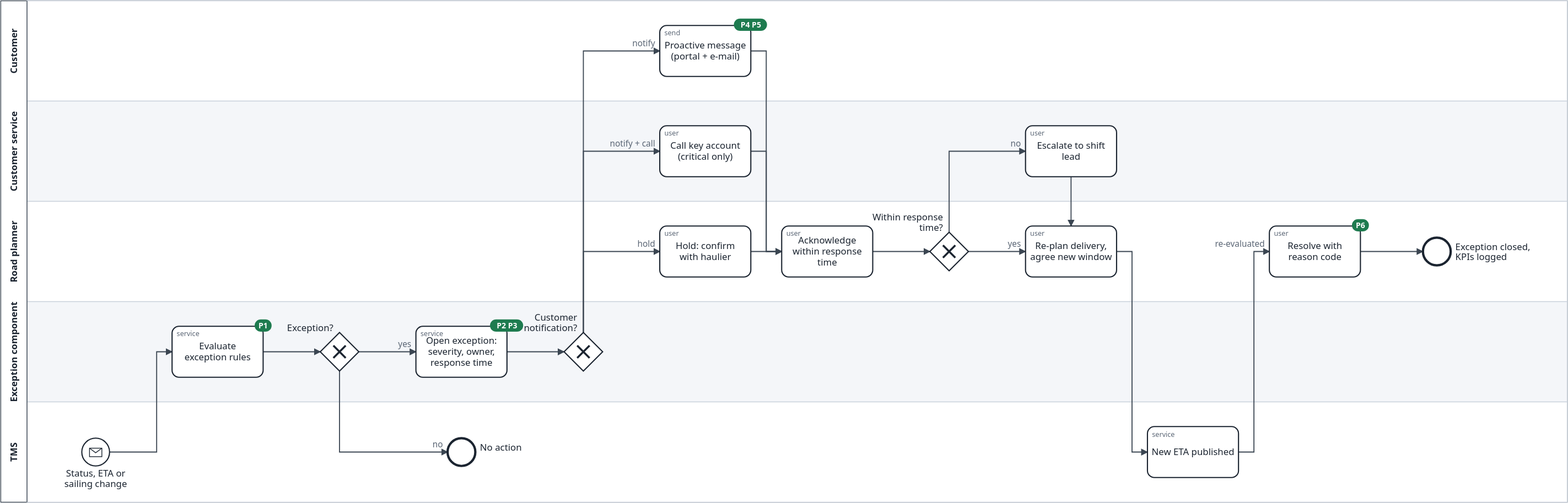
phlppgdfry/shipment-exception-management-business-analysis keeps this BPMN diagram as site/assets/bpmn/to-be.svg. Above is the earlier version. Its source is kept beside it as docs/04-process/bpmn/to-be.bpmn. Ids are renumbered.
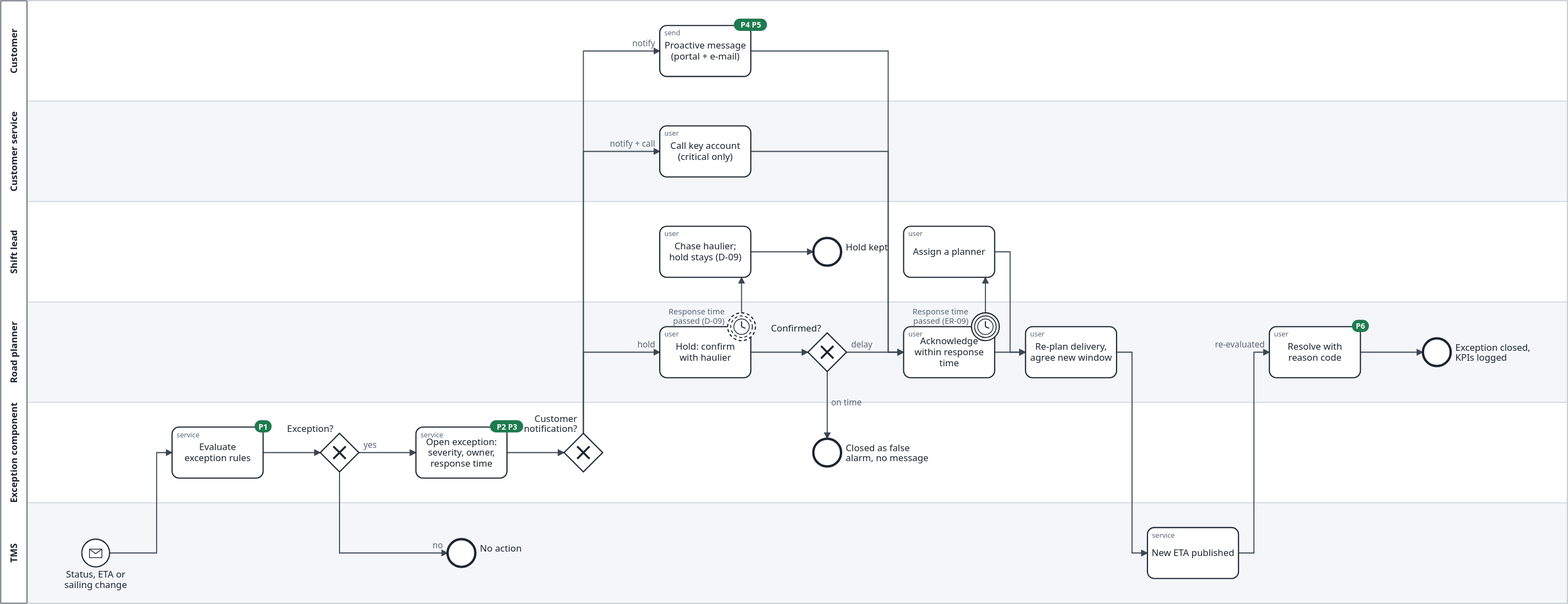
The same diagram one commit later.

The edit, as a diff of the source:
```diff
@@ -1,4 +1,4 @@
-<bpmn:definitions xmlns:bpmn="http://www.omg.org/spec/BPMN/20100524/MODEL" xmlns:bpmndi="http://www.omg.org/spec/BPMN/20100524/DI" xmlns:dc="http://www.omg.org/spec/DD/20100524/DC" xmlns:di="http://www.omg.org/spec/DD/20100524/DI" id="Defs_to_be" targetNamespace="https://github.com/phlppgdfry/shipment-exception-management-business-analysis" exporter="build_bpmn.py" exporterVersion="1">
+<bpmn:definitions xmlns:bpmn="http://www.omg.org/spec/BPMN/20100524/MODEL" xmlns:bpmndi="http://www.omg.org/spec/BPMN/20100524/DI" xmlns:dc="http://www.omg.org/spec/DD/20100524/DC" xmlns:di="http://www.omg.org/spec/DD/20100524/DI" xmlns:xsi="http://www.w3.org/2001/XMLSchema-instance" id="Defs_to_be" targetNamespace="https://github.com/phlppgdfry/shipment-exception-management-business-analysis" exporter="build_bpmn.py" exporterVersion="1">
   <bpmn:collaboration id="Collab_to_be">
     <bpmn:participant id="Pool_to_be" name="TO-BE: exception management (release 1)" processRef="Process_to_be" />
   </bpmn:collaboration>
@@ -9,21 +9,28 @@
       </bpmn:lane>
       <bpmn:lane id="Lane_cs" name="Customer service">
         <bpmn:flowNodeRef>t_calltask</bpmn:flowNodeRef>
+      </bpmn:lane>
+      <bpmn:lane id="Lane_lead" name="Shift lead">
+        <bpmn:flowNodeRef>t_chase</bpmn:flowNodeRef>
+        <bpmn:flowNodeRef>end_chase</bpmn:flowNodeRef>
         <bpmn:flowNodeRef>t_esc</bpmn:flowNodeRef>
       </bpmn:lane>
       <bpmn:lane id="Lane_planner" name="Road planner">
         <bpmn:flowNodeRef>t_confirm</bpmn:flowNodeRef>
+        <bpmn:flowNodeRef>g_conf</bpmn:flowNodeRef>
         <bpmn:flowNodeRef>t_ack</bpmn:flowNodeRef>
-        <bpmn:flowNodeRef>g_sla</bpmn:flowNodeRef>
         <bpmn:flowNodeRef>t_replan</bpmn:flowNodeRef>
         <bpmn:flowNodeRef>t_resolve</bpmn:flowNodeRef>
         <bpmn:flowNodeRef>end</bpmn:flowNodeRef>
+        <bpmn:flowNodeRef>b_sla</bpmn:flowNodeRef>
+        <bpmn:flowNodeRef>b_hold</bpmn:flowNodeRef>
       </bpmn:lane>
       <bpmn:lane id="Lane_rules" name="Exception component">
         <bpmn:flowNodeRef>t_eval</bpmn:flowNodeRef>
         <bpmn:flowNodeRef>g_exc</bpmn:flowNodeRef>
         <bpmn:flowNodeRef>t_open</bpmn:flowNodeRef>
         <bpmn:flowNodeRef>g_notify</bpmn:flowNodeRef>
+        <bpmn:flowNodeRef>end_fa</bpmn:flowNodeRef>
       </bpmn:lane>
       <bpmn:lane id="Lane_tms" name="TMS">
         <bpmn:flowNodeRef>start</bpmn:flowNodeRef>
@@ -69,37 +76,59 @@
       <bpmn:incoming>Flow_7</bpmn:incoming>
       <bpmn:outgoing>Flow_10</bpmn:outgoing>
     </bpmn:userTask>
+    <bpmn:exclusiveGateway id="g_conf" name="Confirmed?">
+      <bpmn:incoming>Flow_10</bpmn:incoming>
+      <bpmn:outgoing>Flow_11</bpmn:outgoing>
+      <bpmn:outgoing>Flow_12</bpmn:outgoing>
+    </bpmn:exclusiveGateway>
+    <bpmn:endEvent id="end_fa" name="Closed as false alarm, no message">
+      <bpmn:incoming>Flow_12</bpmn:incoming>
+    </bpmn:endEvent>
+    <bpmn:userTask id="t_chase" name="Chase haulier; hold stays (D-09)">
+      <bpmn:incoming>Flow_13</bpmn:incoming>
+      <bpmn:outgoing>Flow_14</bpmn:outgoing>
+    </bpmn:userTask>
+    <bpmn:endEvent id="end_chase" name="Hold kept">
+      <bpmn:incoming>Flow_14</bpmn:incoming>
+    </bpmn:endEvent>
     <bpmn:userTask id="t_ack" name="Acknowledge within response time">
       <bpmn:incoming>Flow_8</bpmn:incoming>
       <bpmn:incoming>Flow_9</bpmn:incoming>
-      <bpmn:incoming>Flow_10</bpmn:incoming>
-      <bpmn:outgoing>Flow_11</bpmn:outgoing>
-    </bpmn:userTask>
-    <bpmn:exclusiveGateway id="g_sla" name="Within response time?">
       <bpmn:incoming>Flow_11</bpmn:incoming>
-      <bpmn:outgoing>Flow_12</bpmn:outgoing>
-      <bpmn:outgoing>Flow_13</bpmn:outgoing>
-    </bpmn:exclusiveGateway>
-    <bpmn:userTask id="t_esc" name="Escalate to shift lead">
-      <bpmn:incoming>Flow_13</bpmn:incoming>
-      <bpmn:outgoing>Flow_14</bpmn:outgoing>
-    </bpmn:userTask>
-    <bpmn:userTask id="t_replan" name="Re-plan delivery, agree new window">
-      <bpmn:incoming>Flow_12</bpmn:incoming>
-      <bpmn:incoming>Flow_14</bpmn:incoming>
       <bpmn:outgoing>Flow_15</bpmn:outgoing>
     </bpmn:userTask>
-    <bpmn:serviceTask id="t_update" name="New ETA published">
-      <bpmn:incoming>Flow_15</bpmn:incoming>
-      <bpmn:outgoing>Flow_16</bpmn:outgoing>
-    </bpmn:serviceTask>
-    <bpmn:userTask id="t_resolve" name="Resolve with reason code">
+    <bpmn:userTask id="t_esc" name="Assign a planner">
       <bpmn:incoming>Flow_16</bpmn:incoming>
       <bpmn:outgoing>Flow_17</bpmn:outgoing>
     </bpmn:userTask>
+    <bpmn:userTask id="t_replan" name="Re-plan delivery, agree new window">
+      <bpmn:incoming>Flow_15</bpmn:incoming>
+      <bpmn:incoming>Flow_17</bpmn:incoming>
+      <bpmn:outgoing>Flow_18</bpmn:outgoing>
+    </bpmn:userTask>
+    <bpmn:serviceTask id="t_update" name="New ETA published">
+      <bpmn:incoming>Flow_18</bpmn:incoming>
+      <bpmn:outgoing>Flow_19</bpmn:outgoing>
+    </bpmn:serviceTask>
+    <bpmn:userTask id="t_resolve" name="Resolve with reason code">
+      <bpmn:incoming>Flow_19</bpmn:incoming>
+      <bpmn:outgoing>Flow_20</bpmn:outgoing>
+    </bpmn:userTask>
     <bpmn:endEvent id="end" name="Exception closed, KPIs logged">
-      <bpmn:incoming>Flow_17</bpmn:incoming>
+      <bpmn:incoming>Flow_20</bpmn:incoming>
     </bpmn:endEvent>
+    <bpmn:boundaryEvent id="b_sla" name="Response time passed (ER-09)" attachedToRef="t_ack" cancelActivity="true">
+      <bpmn:outgoing>Flow_16</bpmn:outgoing>
+      <bpmn:timerEventDefinition id="Timer_b_sla">
+        <bpmn:timeDuration xsi:type="bpmn:tFormalExpression">=responseTime</bpmn:timeDuration>
+      </bpmn:timerEventDefinition>
+    </bpmn:boundaryEvent>
+    <bpmn:boundaryEvent id="b_hold" name="Response time passed (D-09)" attachedToRef="t_confirm" cancelActivity="false">
+      <bpmn:outgoing>Flow_13</bpmn:outgoing>
+      <bpmn:timerEventDefinition id="Timer_b_hold">
+        <bpmn:timeDuration xsi:type="bpmn:tFormalExpression">=responseTime</bpmn:timeDuration>
+      </bpmn:timerEventDefinition>
+    </bpmn:boundaryEvent>
     <bpmn:sequenceFlow id="Flow_0" sourceRef="start" targetRef="t_eval" />
     <bpmn:sequenceFlow id="Flow_1" sourceRef="t_eval" targetRef="g_exc" />
     <bpmn:sequenceFlow id="Flow_2" name="no" sourceRef="g_exc" targetRef="end_none" />
@@ -110,19 +139,22 @@
     <bpmn:sequenceFlow id="Flow_7" name="hold" sourceRef="g_notify" targetRef="t_confirm" />
     <bpmn:sequenceFlow id="Flow_8" sourceRef="t_send" targetRef="t_ack" />
     <bpmn:sequenceFlow id="Flow_9" sourceRef="t_calltask" targetRef="t_ack" />
-    <bpmn:sequenceFlow id="Flow_10" sourceRef="t_confirm" targetRef="t_ack" />
-    <bpmn:sequenceFlow id="Flow_11" sourceRef="t_ack" targetRef="g_sla" />
-    <bpmn:sequenceFlow id="Flow_12" name="yes" sourceRef="g_sla" targetRef="t_replan" />
-    <bpmn:sequenceFlow id="Flow_13" name="no" sourceRef="g_sla" targetRef="t_esc" />
-    <bpmn:sequenceFlow id="Flow_14" sourceRef="t_esc" targetRef="t_replan" />
-    <bpmn:sequenceFlow id="Flow_15" sourceRef="t_replan" targetRef="t_update" />
-    <bpmn:sequenceFlow id="Flow_16" name="re-evaluated" sourceRef="t_update" targetRef="t_resolve" />
-    <bpmn:sequenceFlow id="Flow_17" sourceRef="t_resolve" targetRef="end" />
+    <bpmn:sequenceFlow id="Flow_10" sourceRef="t_confirm" targetRef="g_conf" />
+    <bpmn:sequenceFlow id="Flow_11" name="delay" sourceRef="g_conf" targetRef="t_ack" />
+    <bpmn:sequenceFlow id="Flow_12" name="on time" sourceRef="g_conf" targetRef="end_fa" />
+    <bpmn:sequenceFlow id="Flow_13" sourceRef="b_hold" targetRef="t_chase" />
+    <bpmn:sequenceFlow id="Flow_14" sourceRef="t_chase" targetRef="end_chase" />
+    <bpmn:sequenceFlow id="Flow_15" sourceRef="t_ack" targetRef="t_replan" />
+    <bpmn:sequenceFlow id="Flow_16" sourceRef="b_sla" targetRef="t_esc" />
+    <bpmn:sequenceFlow id="Flow_17" sourceRef="t_esc" targetRef="t_replan" />
+    <bpmn:sequenceFlow id="Flow_18" sourceRef="t_replan" targetRef="t_update" />
+    <bpmn:sequenceFlow id="Flow_19" name="re-evaluated" sourceRef="t_update" targetRef="t_resolve" />
+    <bpmn:sequenceFlow id="Flow_20" sourceRef="t_resolve" targetRef="end" />
   </bpmn:process>
   <bpmndi:BPMNDiagram id="Diagram_to_be">
     <bpmndi:BPMNPlane id="Plane_to_be" bpmnElement="Collab_to_be">
       <bpmndi:BPMNShape id="Pool_to_be_di" bpmnElement="Pool_to_be" isHorizontal="true">
-        <dc:Bounds x="0" y="0" width="1990" height="650" />
+        <dc:Bounds x="0" y="0" width="1990" height="780" />
       </bpmndi:BPMNShape>
       <bpmndi:BPMNShape id="Lane_customer_di" bpmnElement="Lane_customer" isHorizontal="true">
         <dc:Bounds x="34" y="0" width="1956" height="130" />
@@ -130,32 +162,35 @@
       <bpmndi:BPMNShape id="Lane_cs_di" bpmnElement="Lane_cs" isHorizontal="true">
         <dc:Bounds x="34" y="130" width="1956" height="130" />
       </bpmndi:BPMNShape>
-      <bpmndi:BPMNShape id="Lane_planner_di" bpmnElement="Lane_planner" isHorizontal="true">
+      <bpmndi:BPMNShape id="Lane_lead_di" bpmnElement="Lane_lead" isHorizontal="true">
         <dc:Bounds x="34" y="260" width="1956" height="130" />
       </bpmndi:BPMNShape>
-      <bpmndi:BPMNShape id="Lane_rules_di" bpmnElement="Lane_rules" isHorizontal="true">
+      <bpmndi:BPMNShape id="Lane_planner_di" bpmnElement="Lane_planner" isHorizontal="true">
         <dc:Bounds x="34" y="390" width="1956" height="130" />
       </bpmndi:BPMNShape>
-      <bpmndi:BPMNShape id="Lane_tms_di" bpmnElement="Lane_tms" isHorizontal="true">
+      <bpmndi:BPMNShape id="Lane_rules_di" bpmnElement="Lane_rules" isHorizontal="true">
         <dc:Bounds x="34" y="520" width="1956" height="130" />
       </bpmndi:BPMNShape>
+      <bpmndi:BPMNShape id="Lane_tms_di" bpmnElement="Lane_tms" isHorizontal="true">
+        <dc:Bounds x="34" y="650" width="1956" height="130" />
+      </bpmndi:BPMNShape>
       <bpmndi:BPMNShape id="start_di" bpmnElement="start">
-        <dc:Bounds x="105" y="567" width="36" height="36" />
+        <dc:Bounds x="105" y="697" width="36" height="36" />
       </bpmndi:BPMNShape>
       <bpmndi:BPMNShape id="t_eval_di" bpmnElement="t_eval">
-        <dc:Bounds x="222" y="422" width="118" height="66" />
+        <dc:Bounds x="222" y="552" width="118" height="66" />
       </bpmndi:BPMNShape>
       <bpmndi:BPMNShape id="g_exc_di" bpmnElement="g_exc" isMarkerVisible="true">
-        <dc:Bounds x="414" y="430" width="50" height="50" />
+        <dc:Bounds x="414" y="560" width="50" height="50" />
       </bpmndi:BPMNShape>
       <bpmndi:BPMNShape id="end_none_di" bpmnElement="end_none">
-        <dc:Bounds x="579" y="567" width="36" height="36" />
+        <dc:Bounds x="579" y="697" width="36" height="36" />
       </bpmndi:BPMNShape>
       <bpmndi:BPMNShape id="t_open_di" bpmnElement="t_open">
-        <dc:Bounds x="538" y="422" width="118" height="66" />
+        <dc:Bounds x="538" y="552" width="118" height="66" />
       </bpmndi:BPMNShape>
       <bpmndi:BPMNShape id="g_notify_di" bpmnElement="g_notify" isMarkerVisible="true">
-        <dc:Bounds x="730" y="430" width="50" height="50" />
+        <dc:Bounds x="730" y="560" width="50" height="50" />
       </bpmndi:BPMNShape>
       <bpmndi:BPMNShape id="t_send_di" bpmnElement="t_send">
         <dc:Bounds x="854" y="32" width="118" height="66" />
@@ -164,115 +199,143 @@
         <dc:Bounds x="854" y="162" width="118" height="66" />
       </bpmndi:BPMNShape>
       <bpmndi:BPMNShape id="t_confirm_di" bpmnElement="t_confirm">
+        <dc:Bounds x="854" y="422" width="118" height="66" />
+      </bpmndi:BPMNShape>
+      <bpmndi:BPMNShape id="g_conf_di" bpmnElement="g_conf" isMarkerVisible="true">
+        <dc:Bounds x="1046" y="430" width="50" height="50" />
+      </bpmndi:BPMNShape>
+      <bpmndi:BPMNShape id="end_fa_di" bpmnElement="end_fa">
+        <dc:Bounds x="1053" y="567" width="36" height="36" />
+      </bpmndi:BPMNShape>
+      <bpmndi:BPMNShape id="t_chase_di" bpmnElement="t_chase">
         <dc:Bounds x="854" y="292" width="118" height="66" />
       </bpmndi:BPMNShape>
+      <bpmndi:BPMNShape id="end_chase_di" bpmnElement="end_chase">
+        <dc:Bounds x="1053" y="307" width="36" height="36" />
+      </bpmndi:BPMNShape>
       <bpmndi:BPMNShape id="t_ack_di" bpmnElement="t_ack">
-        <dc:Bounds x="1012" y="292" width="118" height="66" />
-      </bpmndi:BPMNShape>
-      <bpmndi:BPMNShape id="g_sla_di" bpmnElement="g_sla" isMarkerVisible="true">
-        <dc:Bounds x="1204" y="300" width="50" height="50" />
+        <dc:Bounds x="1170" y="422" width="118" height="66" />
       </bpmndi:BPMNShape>
       <bpmndi:BPMNShape id="t_esc_di" bpmnElement="t_esc">
-        <dc:Bounds x="1328" y="162" width="118" height="66" />
+        <dc:Bounds x="1170" y="292" width="118" height="66" />
       </bpmndi:BPMNShape>
       <bpmndi:BPMNShape id="t_replan_di" bpmnElement="t_replan">
-        <dc:Bounds x="1328" y="292" width="118" height="66" />
+        <dc:Bounds x="1328" y="422" width="118" height="66" />
       </bpmndi:BPMNShape>
       <bpmndi:BPMNShape id="t_update_di" bpmnElement="t_update">
-        <dc:Bounds x="1486" y="552" width="118" height="66" />
+        <dc:Bounds x="1486" y="682" width="118" height="66" />
       </bpmndi:BPMNShape>
       <bpmndi:BPMNShape id="t_resolve_di" bpmnElement="t_resolve">
-        <dc:Bounds x="1644" y="292" width="118" height="66" />
+        <dc:Bounds x="1644" y="422" width="118" height="66" />
       </bpmndi:BPMNShape>
       <bpmndi:BPMNShape id="end_di" bpmnElement="end">
-        <dc:Bounds x="1843" y="307" width="36" height="36" />
+        <dc:Bounds x="1843" y="437" width="36" height="36" />
+      </bpmndi:BPMNShape>
+      <bpmndi:BPMNShape id="b_sla_di" bpmnElement="b_sla">
+        <dc:Bounds x="1258" y="404" width="36" height="36" />
+      </bpmndi:BPMNShape>
+      <bpmndi:BPMNShape id="b_hold_di" bpmnElement="b_hold">
+        <dc:Bounds x="942" y="404" width="36" height="36" />
       </bpmndi:BPMNShape>
       <bpmndi:BPMNEdge id="Flow_0_di" bpmnElement="Flow_0">
-        <di:waypoint x="141" y="585" />
+        <di:waypoint x="141" y="715" />
+        <di:waypoint x="202" y="715" />
         <di:waypoint x="202" y="585" />
-        <di:waypoint x="202" y="455" />
-        <di:waypoint x="222" y="455" />
+        <di:waypoint x="222" y="585" />
       </bpmndi:BPMNEdge>
       <bpmndi:BPMNEdge id="Flow_1_di" bpmnElement="Flow_1">
-        <di:waypoint x="340" y="455" />
-        <di:waypoint x="414" y="455" />
+        <di:waypoint x="340" y="585" />
+        <di:waypoint x="414" y="585" />
       </bpmndi:BPMNEdge>
       <bpmndi:BPMNEdge id="Flow_2_di" bpmnElement="Flow_2">
-        <di:waypoint x="439" y="480" />
-        <di:waypoint x="439" y="585" />
-        <di:waypoint x="579" y="585" />
+        <di:waypoint x="439" y="610" />
+        <di:waypoint x="439" y="715" />
+        <di:waypoint x="579" y="715" />
       </bpmndi:BPMNEdge>
       <bpmndi:BPMNEdge id="Flow_3_di" bpmnElement="Flow_3">
-        <di:waypoint x="464" y="455" />
-        <di:waypoint x="538" y="455" />
+        <di:waypoint x="464" y="585" />
+        <di:waypoint x="538" y="585" />
       </bpmndi:BPMNEdge>
       <bpmndi:BPMNEdge id="Flow_4_di" bpmnElement="Flow_4">
-        <di:waypoint x="656" y="455" />
-        <di:waypoint x="730" y="455" />
+        <di:waypoint x="656" y="585" />
+        <di:waypoint x="730" y="585" />
       </bpmndi:BPMNEdge>
       <bpmndi:BPMNEdge id="Flow_5_di" bpmnElement="Flow_5">
-        <di:waypoint x="755" y="430" />
+        <di:waypoint x="755" y="560" />
         <di:waypoint x="755" y="65" />
         <di:waypoint x="854" y="65" />
       </bpmndi:BPMNEdge>
       <bpmndi:BPMNEdge id="Flow_6_di" bpmnElement="Flow_6">
-        <di:waypoint x="755" y="430" />
+        <di:waypoint x="755" y="560" />
         <di:waypoint x="755" y="195" />
         <di:waypoint x="854" y="195" />
       </bpmndi:BPMNEdge>
       <bpmndi:BPMNEdge id="Flow_7_di" bpmnElement="Flow_7">
-        <di:waypoint x="755" y="430" />
-        <di:waypoint x="755" y="325" />
-        <di:waypoint x="854" y="325" />
+        <di:waypoint x="755" y="560" />
+        <di:waypoint x="755" y="455" />
+        <di:waypoint x="854" y="455" />
       </bpmndi:BPMNEdge>
       <bpmndi:BPMNEdge id="Flow_8_di" bpmnElement="Flow_8">
         <di:waypoint x="972" y="65" />
-        <di:waypoint x="992" y="65" />
-        <di:waypoint x="992" y="325" />
-        <di:waypoint x="1012" y="325" />
+        <di:waypoint x="1150" y="65" />
+        <di:waypoint x="1150" y="455" />
+        <di:waypoint x="1170" y="455" />
       </bpmndi:BPMNEdge>
       <bpmndi:BPMNEdge id="Flow_9_di" bpmnElement="Flow_9">
         <di:waypoint x="972" y="195" />
-        <di:waypoint x="992" y="195" />
-        <di:waypoint x="992" y="325" />
-        <di:waypoint x="1012" y="325" />
+        <di:waypoint x="1150" y="195" />
+        <di:waypoint x="1150" y="455" />
+        <di:waypoint x="1170" y="455" />
       </bpmndi:BPMNEdge>
       <bpmndi:BPMNEdge id="Flow_10_di" bpmnElement="Flow_10">
-        <di:waypoint x="972" y="325" />
-        <di:waypoint x="1012" y="325" />
+        <di:waypoint x="972" y="455" />
+        <di:waypoint x="1046" y="455" />
       </bpmndi:BPMNEdge>
       <bpmndi:BPMNEdge id="Flow_11_di" bpmnElement="Flow_11">
-        <di:waypoint x="1130" y="325" />
-        <di:waypoint x="1204" y="325" />
+        <di:waypoint x="1096" y="455" />
+        <di:waypoint x="1170" y="455" />
       </bpmndi:BPMNEdge>
       <bpmndi:BPMNEdge id="Flow_12_di" bpmnElement="Flow_12">
-        <di:waypoint x="1254" y="325" />
-        <di:waypoint x="1328" y="325" />
+        <di:waypoint x="1071" y="480" />
+        <di:waypoint x="1071" y="567" />
       </bpmndi:BPMNEdge>
       <bpmndi:BPMNEdge id="Flow_13_di" bpmnElement="Flow_13">
-        <di:waypoint x="1229" y="300" />
-        <di:waypoint x="1229" y="195" />
-        <di:waypoint x="1328" y="195" />
+        <di:waypoint x="960" y="404" />
+        <di:waypoint x="960" y="358" />
       </bpmndi:BPMNEdge>
       <bpmndi:BPMNEdge id="Flow_14_di" bpmnElement="Flow_14">
-        <di:waypoint x="1387" y="228" />
-        <di:waypoint x="1387" y="292" />
+        <di:waypoint x="972" y="325" />
+        <di:waypoint x="1053" y="325" />
       </bpmndi:BPMNEdge>
       <bpmndi:BPMNEdge id="Flow_15_di" bpmnElement="Flow_15">
-        <di:waypoint x="1446" y="325" />
-        <di:waypoint x="1466" y="325" />
-        <di:waypoint x="1466" y="585" />
-        <di:waypoint x="1486" y="585" />
+        <di:waypoint x="1288" y="455" />
+        <di:waypoint x="1328" y="455" />
       </bpmndi:BPMNEdge>
       <bpmndi:BPMNEdge id="Flow_16_di" bpmnElement="Flow_16">
-        <di:waypoint x="1604" y="585" />
-        <di:waypoint x="1624" y="585" />
-        <di:waypoint x="1624" y="325" />
-        <di:waypoint x="1644" y="325" />
+        <di:waypoint x="1276" y="404" />
+        <di:waypoint x="1276" y="358" />
       </bpmndi:BPMNEdge>
       <bpmndi:BPMNEdge id="Flow_17_di" bpmnElement="Flow_17">
-        <di:waypoint x="1762" y="325" />
-        <di:waypoint x="1843" y="325" />
+        <di:waypoint x="1288" y="325" />
+        <di:waypoint x="1308" y="325" />
+        <di:waypoint x="1308" y="455" />
+        <di:waypoint x="1328" y="455" />
+      </bpmndi:BPMNEdge>
+      <bpmndi:BPMNEdge id="Flow_18_di" bpmnElement="Flow_18">
+        <di:waypoint x="1446" y="455" />
+        <di:waypoint x="1466" y="455" />
+        <di:waypoint x="1466" y="715" />
+        <di:waypoint x="1486" y="715" />
+      </bpmndi:BPMNEdge>
+      <bpmndi:BPMNEdge id="Flow_19_di" bpmnElement="Flow_19">
+        <di:waypoint x="1604" y="715" />
+        <di:waypoint x="1624" y="715" />
+        <di:waypoint x="1624" y="455" />
+        <di:waypoint x="1644" y="455" />
+      </bpmndi:BPMNEdge>
+      <bpmndi:BPMNEdge id="Flow_20_di" bpmnElement="Flow_20">
+        <di:waypoint x="1762" y="455" />
+        <di:waypoint x="1843" y="455" />
       </bpmndi:BPMNEdge>
     </bpmndi:BPMNPlane>
   </bpmndi:BPMNDiagram>
```
